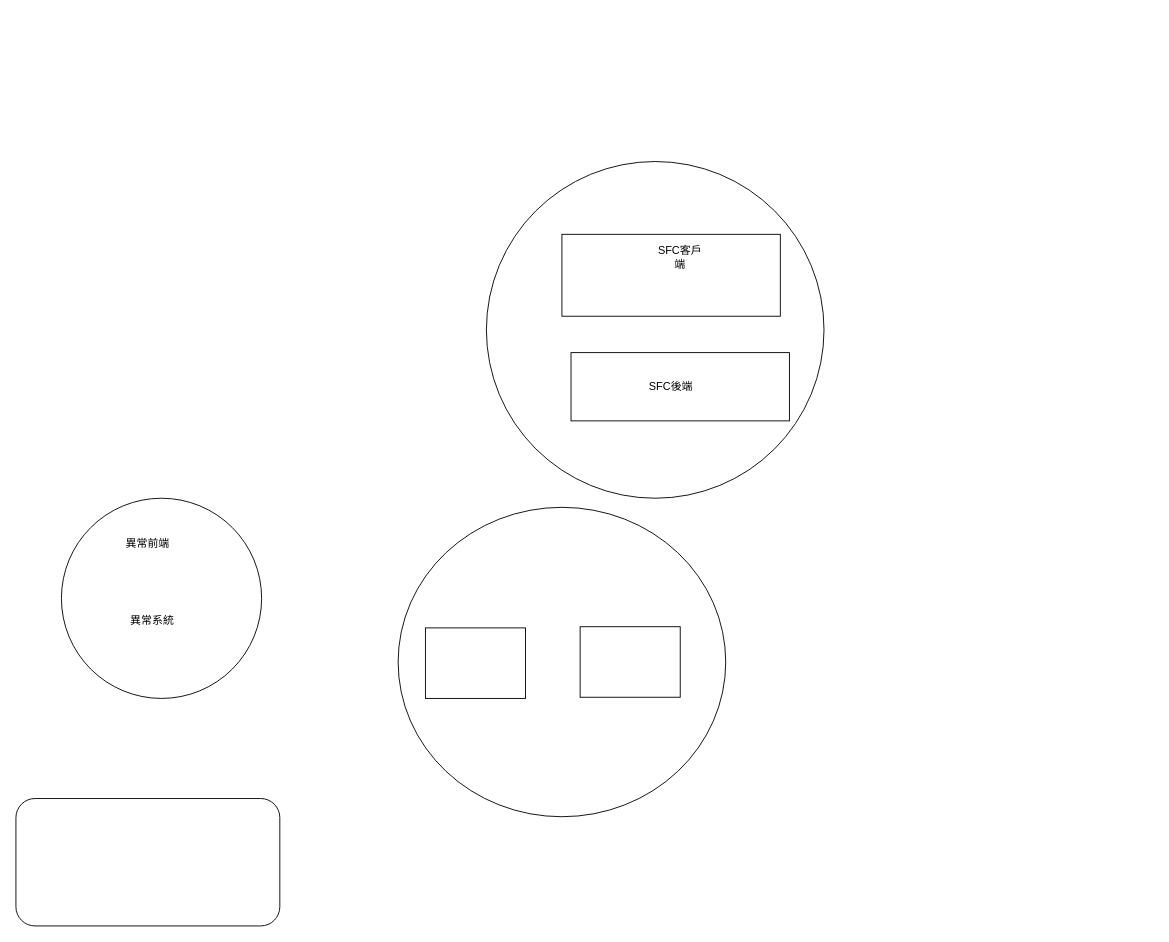
The draw.io diagram 未命名绘图.drawio in NoBug4Ever/drawio, before the edit. Source tidied: cells renumbered, new cells numbered last; positions are measured from the earlier drawing's top-left corner, leaving out a move shared by most shapes. Both pictures are drawn from the tidied source at 91%, with x=0, y=0 at pixel (15, 161).
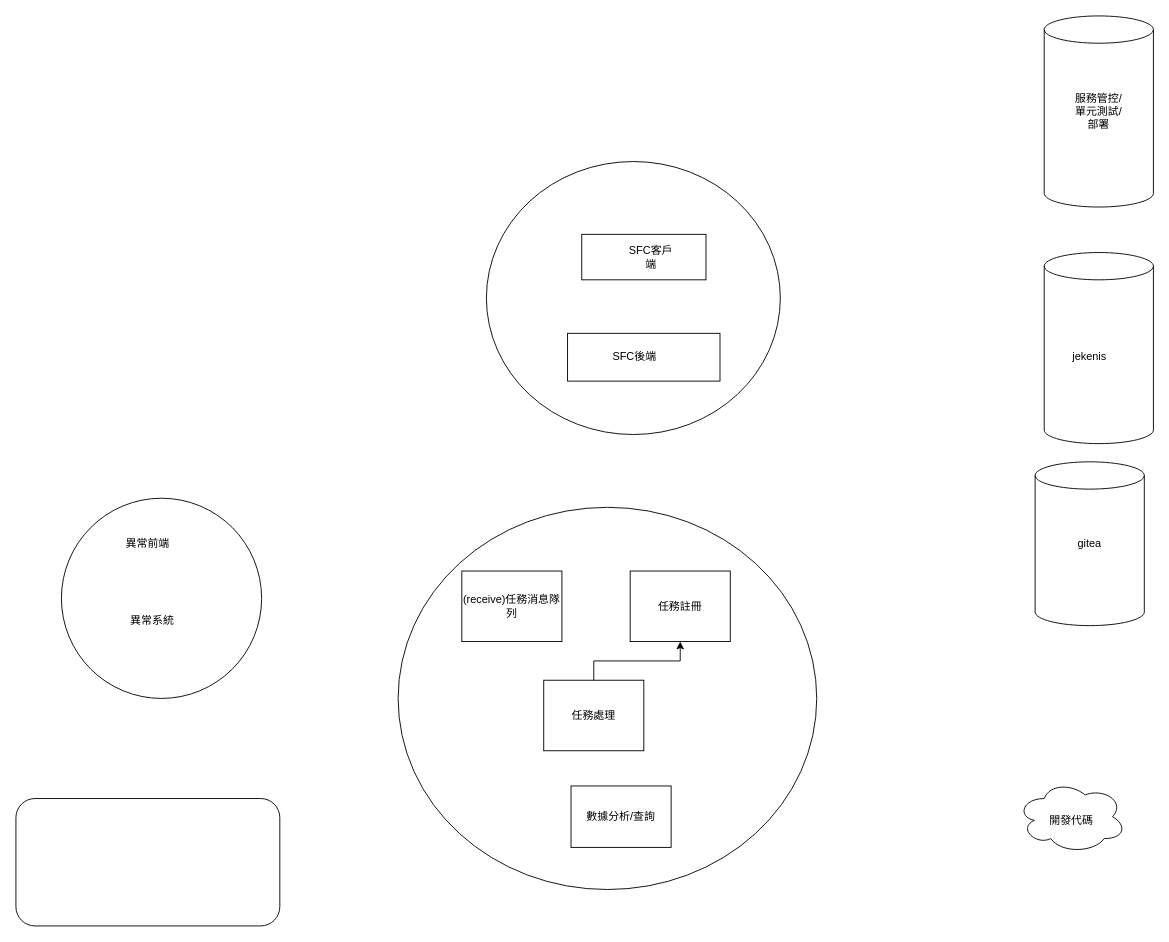
The same diagram, later.

Commit message (it also covers changes not shown here):
更新未命名绘图.drawio

Change to the diagram source:
```diff
@@
     <mxCell id="2" style="ellipse;whiteSpace=wrap;html=1;" parent="1" vertex="1">
-      <mxGeometry x="517" width="371" height="370" as="geometry" />
+      <mxGeometry x="517" width="323" height="300" as="geometry" />
     </mxCell>
@@
     <mxCell id="4" style="rounded=0;whiteSpace=wrap;html=1;" parent="1" vertex="1">
-      <mxGeometry x="600" y="80" width="240" height="90" as="geometry" />
+      <mxGeometry x="621.8" y="80" width="136.5" height="50" as="geometry" />
     </mxCell>
     <mxCell id="5" style="rounded=0;whiteSpace=wrap;html=1;" parent="1" vertex="1">
-      <mxGeometry x="610" y="210" width="240" height="75" as="geometry" />
+      <mxGeometry x="606.2" y="188.8" width="167.5" height="52.5" as="geometry" />
     </mxCell>
@@
     <mxCell id="9" value="SFC客戶端" style="text;html=1;align=center;verticalAlign=middle;whiteSpace=wrap;rounded=0;" parent="1" vertex="1">
-      <mxGeometry x="700" y="90" width="60" height="30" as="geometry" />
+      <mxGeometry x="668.2" y="90" width="60" height="30" as="geometry" />
     </mxCell>
     <mxCell id="10" value="SFC後端" style="text;html=1;align=center;verticalAlign=middle;whiteSpace=wrap;rounded=0;" parent="1" vertex="1">
-      <mxGeometry x="690" y="232.5" width="60" height="30" as="geometry" />
+      <mxGeometry x="650" y="200" width="60" height="30" as="geometry" />
     </mxCell>
     <mxCell id="11" style="ellipse;whiteSpace=wrap;html=1;" parent="1" vertex="1">
-      <mxGeometry x="420" y="380" width="360" height="340" as="geometry" />
+      <mxGeometry x="420" y="380" width="460" height="420" as="geometry" />
     </mxCell>
+    <mxCell id="14" style="edgeStyle=orthogonalEdgeStyle;rounded=0;jettySize=auto;html=1;" parent="1" edge="1" source="12" target="25">
+      <mxGeometry relative="1" as="geometry" />
+    </mxCell>
-    <mxCell id="12" style="rounded=0;whiteSpace=wrap;html=1;" parent="1" vertex="1">
-      <mxGeometry x="620" y="511.2" width="110" height="77.5" as="geometry" />
+    <mxCell id="12" value="任務處理" style="rounded=0;whiteSpace=wrap;html=1;" parent="1" vertex="1">
+      <mxGeometry x="580" y="570" width="110" height="77.5" as="geometry" />
     </mxCell>
-    <mxCell id="13" style="rounded=0;whiteSpace=wrap;html=1;" parent="1" vertex="1">
-      <mxGeometry x="450" y="512.5" width="110" height="77.5" as="geometry" />
+    <mxCell id="13" value="(receive)任務消息隊列" style="rounded=0;whiteSpace=wrap;html=1;" parent="1" vertex="1">
+      <mxGeometry x="490" y="450" width="110" height="77.5" as="geometry" />
     </mxCell>
+    <mxCell id="15" value="數據分析/查詢" style="rounded=0;whiteSpace=wrap;html=1;" parent="1" vertex="1">
+      <mxGeometry x="610" y="686.2" width="110" height="67.5" as="geometry" />
+    </mxCell>
+    <mxCell id="16" style="shape=cylinder3;whiteSpace=wrap;html=1;boundedLbl=1;backgroundOutline=1;size=15;" parent="1" vertex="1">
+      <mxGeometry x="1120" y="330" width="120" height="180" as="geometry" />
+    </mxCell>
+    <mxCell id="17" value="gitea" style="text;html=1;align=center;verticalAlign=middle;whiteSpace=wrap;rounded=0;" parent="1" vertex="1">
+      <mxGeometry x="1150" y="405" width="60" height="30" as="geometry" />
+    </mxCell>
+    <mxCell id="18" style="shape=cylinder3;whiteSpace=wrap;html=1;boundedLbl=1;backgroundOutline=1;size=15;" parent="1" vertex="1">
+      <mxGeometry x="1130" y="100" width="120" height="210" as="geometry" />
+    </mxCell>
+    <mxCell id="19" value="jekenis" style="text;html=1;align=center;verticalAlign=middle;whiteSpace=wrap;rounded=0;" parent="1" vertex="1">
+      <mxGeometry x="1150" y="200" width="60" height="30" as="geometry" />
+    </mxCell>
+    <mxCell id="20" style="ellipse;shape=cloud;whiteSpace=wrap;html=1;" parent="1" vertex="1">
+      <mxGeometry x="1100" y="680" width="120" height="80" as="geometry" />
+    </mxCell>
+    <mxCell id="21" value="開發代碼" style="text;html=1;align=center;verticalAlign=middle;whiteSpace=wrap;rounded=0;" parent="1" vertex="1">
+      <mxGeometry x="1130" y="710" width="60" height="30" as="geometry" />
+    </mxCell>
+    <mxCell id="22" style="shape=cylinder3;whiteSpace=wrap;html=1;boundedLbl=1;backgroundOutline=1;size=15;" parent="1" vertex="1">
+      <mxGeometry x="1130" y="-160" width="120" height="210" as="geometry" />
+    </mxCell>
+    <mxCell id="23" value="服務管控/單元測試/部署" style="text;html=1;align=center;verticalAlign=middle;whiteSpace=wrap;rounded=0;" parent="1" vertex="1">
+      <mxGeometry x="1160" y="-70" width="60" height="30" as="geometry" />
+    </mxCell>
+    <mxCell id="24" style="edgeStyle=orthogonalEdgeStyle;rounded=0;orthogonalLoop=1;jettySize=auto;html=1;exitX=0.5;exitY=1;exitDx=0;exitDy=0;" parent="1" edge="1" source="17" target="17">
+      <mxGeometry relative="1" as="geometry" />
+    </mxCell>
+    <mxCell id="25" value="任務註冊" style="rounded=0;whiteSpace=wrap;html=1;" parent="1" vertex="1">
+      <mxGeometry x="675" y="450" width="110" height="77.5" as="geometry" />
+    </mxCell>
```
